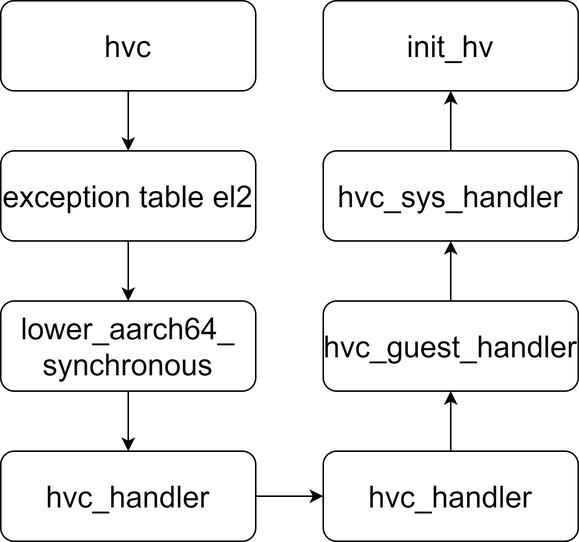
Earlier version of the draw.io export hypervisor/aarch64/img/hvcflow.png (arceos-hypervisor/2024-virtualization-campus). Source tidied: cells renumbered, new cells last; positions are measured from the earlier drawing's top-left corner, leaving out a move shared by most shapes. Source of this version:
```xml
<mxGraphModel>
  <root>
    <mxCell id="0" />
    <mxCell id="1" parent="0" />
    <mxCell id="2" style="edgeStyle=orthogonalEdgeStyle;rounded=0;jettySize=auto;html=1;" parent="1" edge="1" source="3" target="5">
      <mxGeometry relative="1" as="geometry" />
    </mxCell>
    <mxCell id="3" value="&lt;font style=&quot;font-size: 20px&quot;&gt;lower_aarch64_&lt;br&gt;synchronous&lt;/font&gt;" style="rounded=1;whiteSpace=wrap;html=1;" parent="1" vertex="1">
      <mxGeometry y="200" width="170" height="60" as="geometry" />
    </mxCell>
    <mxCell id="4" style="edgeStyle=orthogonalEdgeStyle;rounded=0;jettySize=auto;html=1;entryX=0;entryY=0.5;entryDx=0;entryDy=0;" parent="1" edge="1" source="5" target="11">
      <mxGeometry relative="1" as="geometry" />
    </mxCell>
    <mxCell id="5" value="&lt;span style=&quot;font-size: 20px&quot;&gt;hvc_handler&lt;/span&gt;" style="rounded=1;whiteSpace=wrap;html=1;" parent="1" vertex="1">
      <mxGeometry y="300" width="170" height="60" as="geometry" />
    </mxCell>
    <mxCell id="6" style="edgeStyle=orthogonalEdgeStyle;rounded=0;jettySize=auto;html=1;" parent="1" edge="1" source="7" target="3">
      <mxGeometry relative="1" as="geometry" />
    </mxCell>
    <mxCell id="7" value="&lt;span style=&quot;font-size: 20px&quot;&gt;exception table el2&lt;/span&gt;" style="rounded=1;whiteSpace=wrap;html=1;" parent="1" vertex="1">
      <mxGeometry y="100" width="170" height="60" as="geometry" />
    </mxCell>
    <mxCell id="8" style="edgeStyle=orthogonalEdgeStyle;rounded=0;jettySize=auto;html=1;" parent="1" edge="1" source="9" target="7">
      <mxGeometry relative="1" as="geometry" />
    </mxCell>
    <mxCell id="9" value="&lt;span style=&quot;font-size: 20px&quot;&gt;hvc&lt;/span&gt;" style="rounded=1;whiteSpace=wrap;html=1;" parent="1" vertex="1">
      <mxGeometry width="170" height="60" as="geometry" />
    </mxCell>
    <mxCell id="10" style="edgeStyle=orthogonalEdgeStyle;rounded=0;jettySize=auto;html=1;" parent="1" edge="1" source="11" target="13">
      <mxGeometry relative="1" as="geometry" />
    </mxCell>
    <mxCell id="11" value="&lt;span style=&quot;font-size: 20px&quot;&gt;hvc_handler&lt;/span&gt;" style="rounded=1;whiteSpace=wrap;html=1;" parent="1" vertex="1">
      <mxGeometry x="215" y="300" width="170" height="60" as="geometry" />
    </mxCell>
    <mxCell id="12" style="edgeStyle=orthogonalEdgeStyle;rounded=0;jettySize=auto;html=1;" parent="1" edge="1" source="13" target="15">
      <mxGeometry relative="1" as="geometry" />
    </mxCell>
    <mxCell id="13" value="&lt;span style=&quot;font-size: 20px&quot;&gt;hvc_guest_handler&lt;/span&gt;" style="rounded=1;whiteSpace=wrap;html=1;" parent="1" vertex="1">
      <mxGeometry x="215" y="200" width="170" height="60" as="geometry" />
    </mxCell>
    <mxCell id="14" style="edgeStyle=orthogonalEdgeStyle;rounded=0;jettySize=auto;html=1;exitX=0.5;exitY=0;exitDx=0;exitDy=0;entryX=0.5;entryY=1;entryDx=0;entryDy=0;" parent="1" edge="1" source="15" target="16">
      <mxGeometry relative="1" as="geometry" />
    </mxCell>
    <mxCell id="15" value="&lt;span style=&quot;font-size: 20px&quot;&gt;hvc_sys_handler&lt;/span&gt;" style="rounded=1;whiteSpace=wrap;html=1;" parent="1" vertex="1">
      <mxGeometry x="215" y="100" width="170" height="60" as="geometry" />
    </mxCell>
    <mxCell id="16" value="&lt;span style=&quot;font-size: 20px&quot;&gt;init_hv&lt;/span&gt;" style="rounded=1;whiteSpace=wrap;html=1;" parent="1" vertex="1">
      <mxGeometry x="215" width="170" height="60" as="geometry" />
    </mxCell>
  </root>
</mxGraphModel>
```
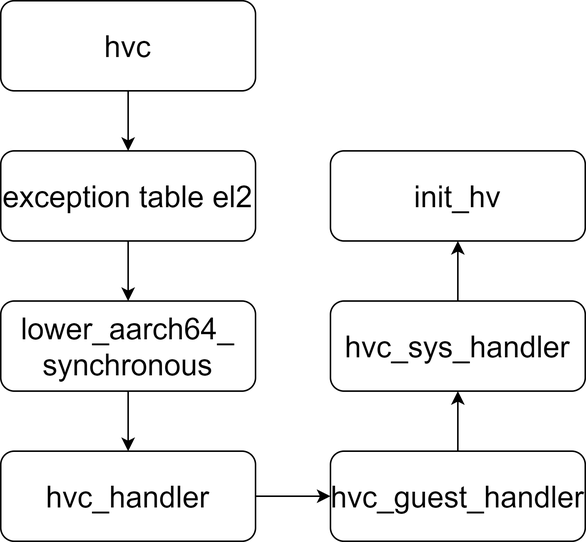
The same file after the commit.

Diff of the diagram source:
```diff
@@ -8,9 +8,9 @@
     <mxCell id="3" value="&lt;font style=&quot;font-size: 20px&quot;&gt;lower_aarch64_&lt;br&gt;synchronous&lt;/font&gt;" style="rounded=1;whiteSpace=wrap;html=1;" parent="1" vertex="1">
       <mxGeometry y="200" width="170" height="60" as="geometry" />
     </mxCell>
-    <mxCell id="4" style="edgeStyle=orthogonalEdgeStyle;rounded=0;jettySize=auto;html=1;entryX=0;entryY=0.5;entryDx=0;entryDy=0;" parent="1" edge="1" source="5" target="11">
-      <mxGeometry relative="1" as="geometry" />
-    </mxCell>
+    <mxCell id="17" style="edgeStyle=orthogonalEdgeStyle;rounded=0;jettySize=auto;html=1;exitX=1;exitY=0.5;exitDx=0;exitDy=0;" parent="1" edge="1" source="5" target="13">
+      <mxGeometry relative="1" as="geometry" />
+    </mxCell>
     <mxCell id="5" value="&lt;span style=&quot;font-size: 20px&quot;&gt;hvc_handler&lt;/span&gt;" style="rounded=1;whiteSpace=wrap;html=1;" parent="1" vertex="1">
       <mxGeometry y="300" width="170" height="60" as="geometry" />
     </mxCell>
@@ -26,26 +26,20 @@
     <mxCell id="9" value="&lt;span style=&quot;font-size: 20px&quot;&gt;hvc&lt;/span&gt;" style="rounded=1;whiteSpace=wrap;html=1;" parent="1" vertex="1">
       <mxGeometry width="170" height="60" as="geometry" />
     </mxCell>
-    <mxCell id="10" style="edgeStyle=orthogonalEdgeStyle;rounded=0;jettySize=auto;html=1;" parent="1" edge="1" source="11" target="13">
-      <mxGeometry relative="1" as="geometry" />
-    </mxCell>
-    <mxCell id="11" value="&lt;span style=&quot;font-size: 20px&quot;&gt;hvc_handler&lt;/span&gt;" style="rounded=1;whiteSpace=wrap;html=1;" parent="1" vertex="1">
-      <mxGeometry x="215" y="300" width="170" height="60" as="geometry" />
-    </mxCell>
     <mxCell id="12" style="edgeStyle=orthogonalEdgeStyle;rounded=0;jettySize=auto;html=1;" parent="1" edge="1" source="13" target="15">
       <mxGeometry relative="1" as="geometry" />
     </mxCell>
     <mxCell id="13" value="&lt;span style=&quot;font-size: 20px&quot;&gt;hvc_guest_handler&lt;/span&gt;" style="rounded=1;whiteSpace=wrap;html=1;" parent="1" vertex="1">
-      <mxGeometry x="215" y="200" width="170" height="60" as="geometry" />
+      <mxGeometry x="220" y="300" width="170" height="60" as="geometry" />
     </mxCell>
     <mxCell id="14" style="edgeStyle=orthogonalEdgeStyle;rounded=0;jettySize=auto;html=1;exitX=0.5;exitY=0;exitDx=0;exitDy=0;entryX=0.5;entryY=1;entryDx=0;entryDy=0;" parent="1" edge="1" source="15" target="16">
       <mxGeometry relative="1" as="geometry" />
     </mxCell>
     <mxCell id="15" value="&lt;span style=&quot;font-size: 20px&quot;&gt;hvc_sys_handler&lt;/span&gt;" style="rounded=1;whiteSpace=wrap;html=1;" parent="1" vertex="1">
-      <mxGeometry x="215" y="100" width="170" height="60" as="geometry" />
+      <mxGeometry x="220" y="200" width="170" height="60" as="geometry" />
     </mxCell>
     <mxCell id="16" value="&lt;span style=&quot;font-size: 20px&quot;&gt;init_hv&lt;/span&gt;" style="rounded=1;whiteSpace=wrap;html=1;" parent="1" vertex="1">
-      <mxGeometry x="215" width="170" height="60" as="geometry" />
+      <mxGeometry x="220" y="100" width="170" height="60" as="geometry" />
     </mxCell>
   </root>
 </mxGraphModel>
```
